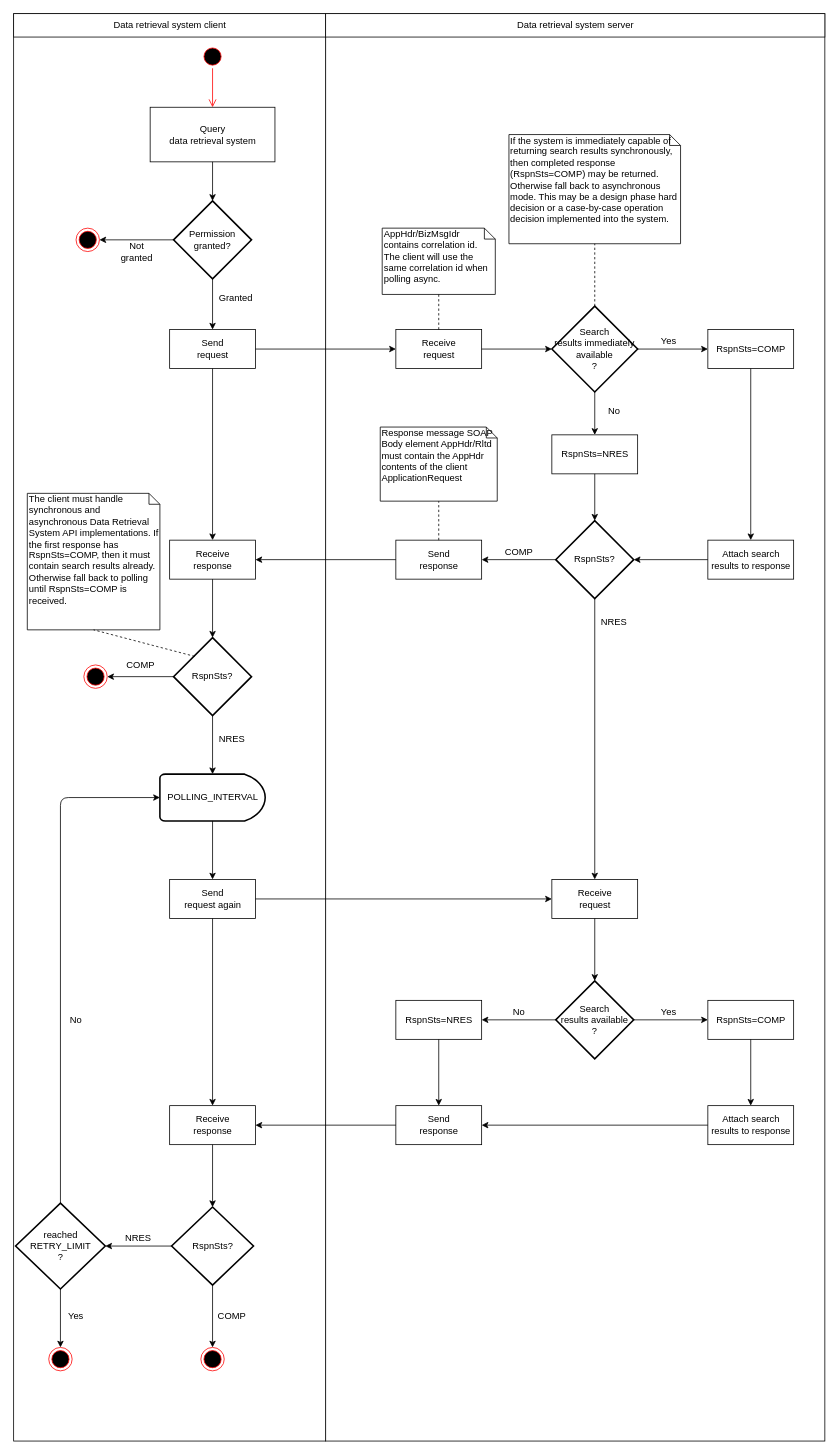
Above: diagrams/flowchart_query.drawio in FinnishCustoms-SuomenTulli/account-register-information-query (draw.io), before the change. Source tidied: cells renumbered, new cells numbered last; positions are measured from the earlier drawing's top-left corner, leaving out a move shared by most shapes. Both pictures are drawn from the tidied source at 78%, with x=0, y=0 at pixel (13, 13).
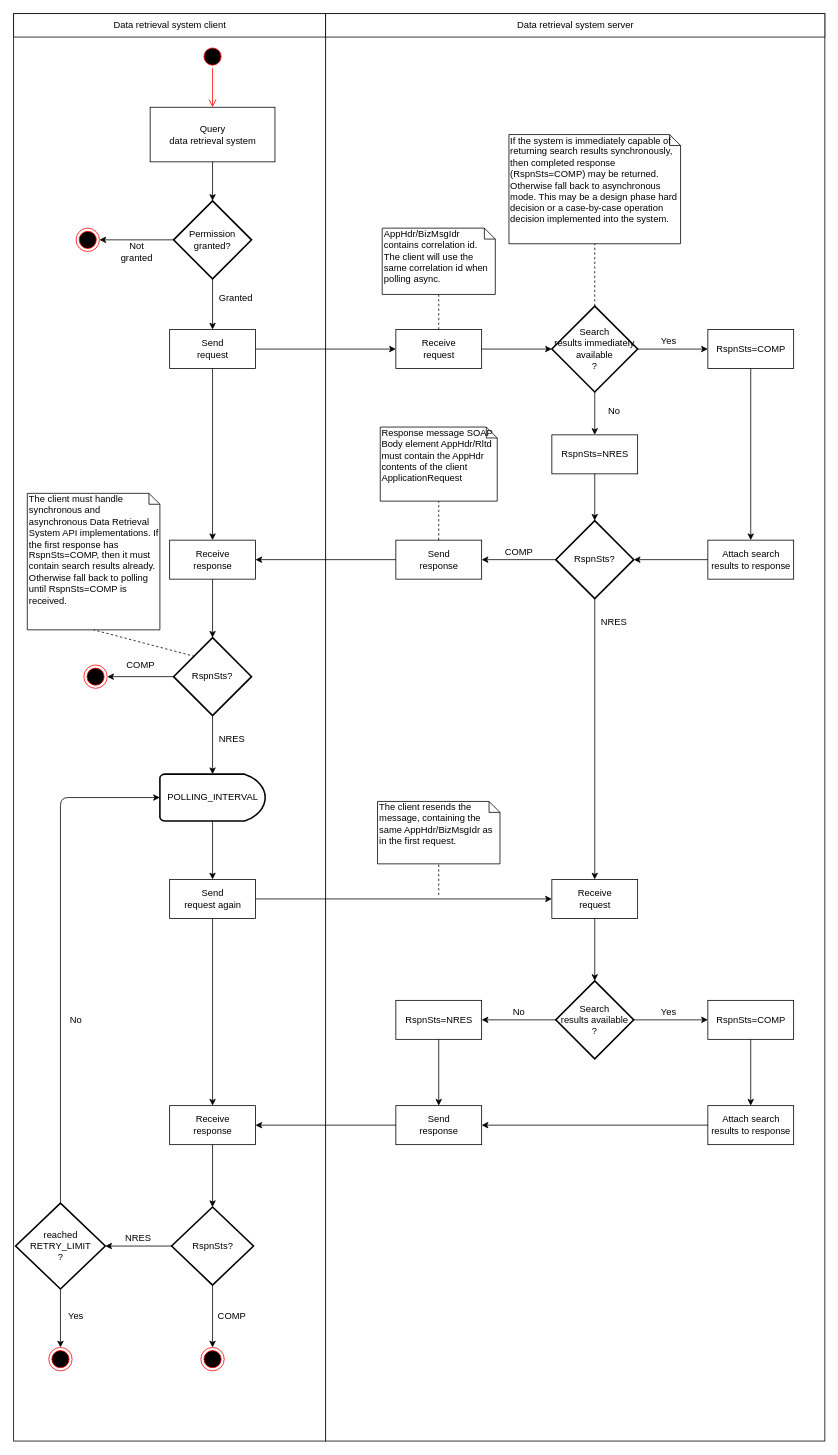
The same diagram, later.

Diff of the diagram source:
```diff
@@
+    <mxCell id="89" value="&lt;div&gt;The client resends the &lt;br&gt;&lt;/div&gt;&lt;div&gt; message, containing the same AppHdr/BizMsgIdr as in the first request.&lt;/div&gt;" style="shape=note;whiteSpace=wrap;html=1;size=14;verticalAlign=top;align=left;spacingTop=-6;" parent="1" vertex="1">
+      <mxGeometry x="466.5" y="1010" width="157" height="80" as="geometry" />
+    </mxCell>
+    <mxCell id="90" style="endArrow=none;dashed=1;html=1;entryX=0.5;entryY=1;entryDx=0;entryDy=0;entryPerimeter=0;" parent="1" edge="1" target="89">
+      <mxGeometry relative="1" as="geometry">
+        <mxPoint x="545" y="1130" as="sourcePoint" />
+      </mxGeometry>
+    </mxCell>
```
